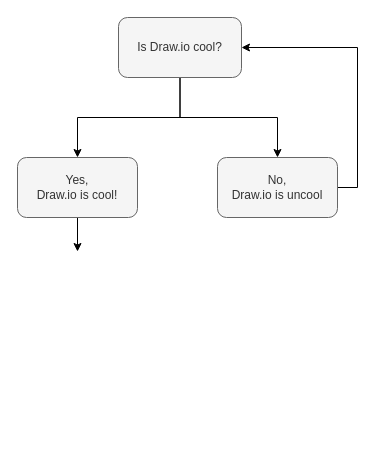
hediet/vscode-drawio keeps this draw.io diagram as examples/Example.dio. Above is the earlier version. Source tidied: cells renumbered, new cells numbered last; positions are measured from the earlier drawing's top-left corner, leaving out a move shared by most shapes. Both pictures are drawn from the tidied source at 100%, with x=0, y=0 at pixel (17, 17).
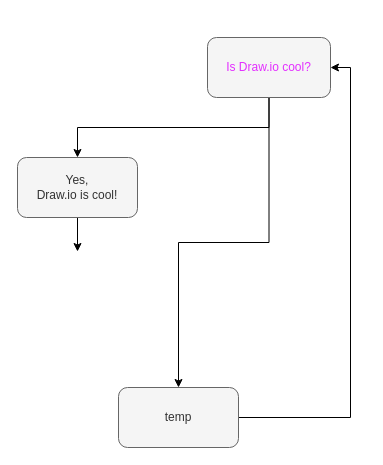
After the change.

What changed in the source:
```diff
@@
 <mxGraphModel>
   <root>
     <mxCell id="0" />
     <mxCell id="1" parent="0" />
     <mxCell id="2" style="edgeStyle=orthogonalEdgeStyle;rounded=0;jettySize=auto;html=1;exitX=0.5;exitY=1;exitDx=0;exitDy=0;" parent="1" edge="1" source="4" target="6">
       <mxGeometry relative="1" as="geometry" />
     </mxCell>
     <mxCell id="3" style="edgeStyle=orthogonalEdgeStyle;rounded=0;jettySize=auto;html=1;exitX=0.5;exitY=1;exitDx=0;exitDy=0;" parent="1" edge="1" source="4" target="8">
       <mxGeometry relative="1" as="geometry" />
     </mxCell>
-    <mxCell id="4" value="Is Draw.io cool?" style="rounded=1;whiteSpace=wrap;html=1;fillColor=#f5f5f5;strokeColor=#666666;fontColor=#333333;" parent="1" vertex="1">
-      <mxGeometry x="101" width="123" height="60" as="geometry" />
+    <mxCell id="4" value="Is Draw.io cool?" style="rounded=1;whiteSpace=wrap;html=1;fillColor=#f5f5f5;strokeColor=#666666;fontColor=#E32EFF;" parent="1" vertex="1">
+      <mxGeometry x="190" y="20" width="123" height="60" as="geometry" />
     </mxCell>
     <mxCell id="5" style="edgeStyle=orthogonalEdgeStyle;rounded=0;jettySize=auto;html=1;exitX=0.5;exitY=1;exitDx=0;exitDy=0;" parent="1" edge="1" source="6" target="9">
       <mxGeometry relative="1" as="geometry" />
     </mxCell>
     <mxCell id="6" value="Yes,&lt;br&gt;Draw.io is cool!" style="rounded=1;whiteSpace=wrap;html=1;fillColor=#f5f5f5;strokeColor=#666666;fontColor=#333333;" parent="1" vertex="1">
       <mxGeometry y="140" width="120" height="60" as="geometry" />
     </mxCell>
     <mxCell id="7" style="edgeStyle=orthogonalEdgeStyle;rounded=0;jettySize=auto;html=1;exitX=1;exitY=0.5;exitDx=0;exitDy=0;entryX=1;entryY=0.5;entryDx=0;entryDy=0;" parent="1" edge="1" source="8" target="4">
       <mxGeometry relative="1" as="geometry" />
     </mxCell>
-    <mxCell id="8" value="No,&lt;br&gt;Draw.io is uncool" style="rounded=1;whiteSpace=wrap;html=1;fillColor=#f5f5f5;strokeColor=#666666;fontColor=#333333;" parent="1" vertex="1">
-      <mxGeometry x="200" y="140" width="120" height="60" as="geometry" />
+    <mxCell id="8" value="temp" style="rounded=1;whiteSpace=wrap;html=1;fillColor=#f5f5f5;strokeColor=#666666;fontColor=#333333;fontFamily=CMU Serif;" parent="1" vertex="1">
+      <mxGeometry x="101" y="370" width="120" height="60" as="geometry" />
     </mxCell>
     <mxCell id="9" style="ellipse;html=1;shape=endState;fillColor=#FFFFFF;strokeColor=#FFFFFF;" parent="1" vertex="1">
       <mxGeometry x="45" y="234" width="30" height="30" as="geometry" />
     </mxCell>
   </root>
 </mxGraphModel>
```
